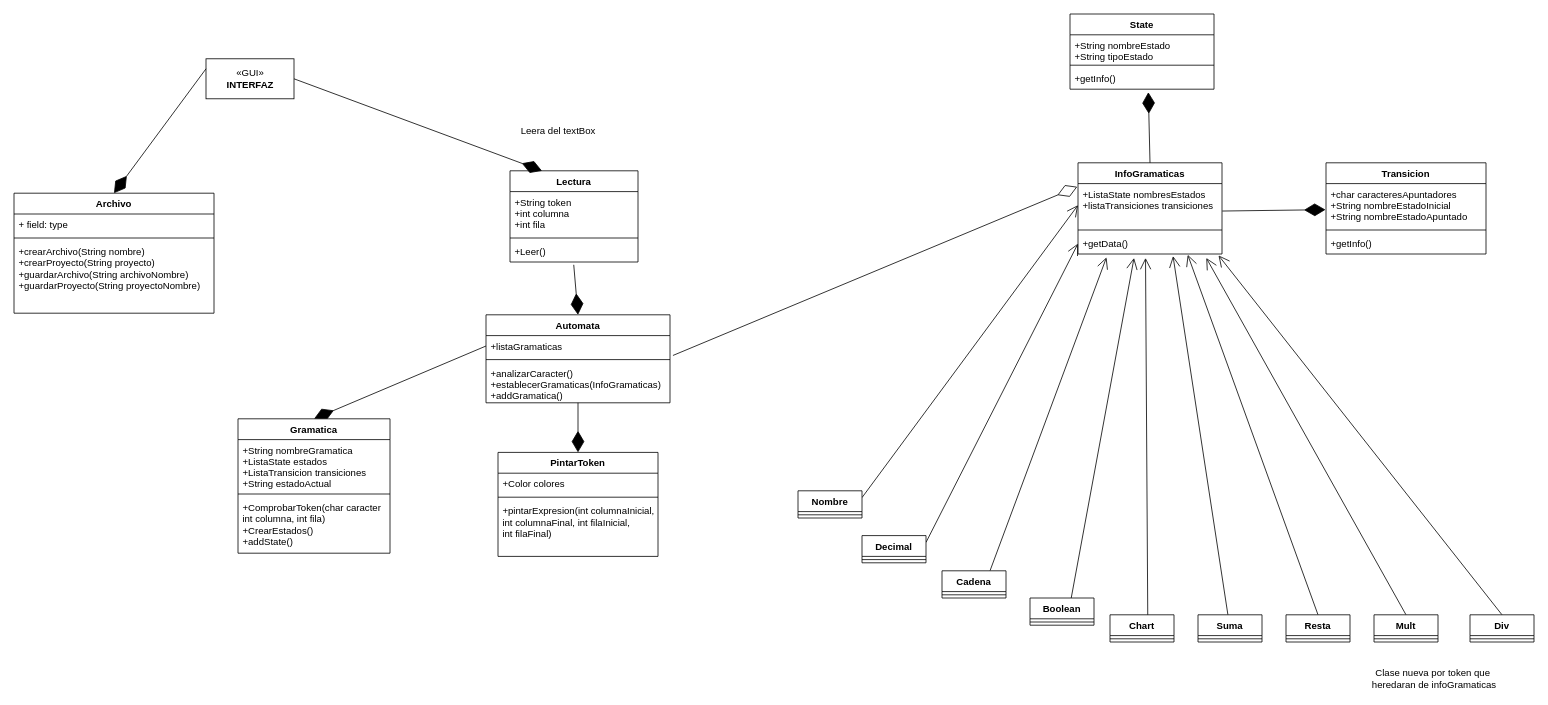
Earlier version of the draw.io diagram Diagrama_de_Clases.drawio (Camran1234/Projecto1_Lenguajes_Analizador_Lexico). Source tidied: cells renumbered, new cells numbered last; positions are measured from the earlier drawing's top-left corner, leaving out a move shared by most shapes. Both pictures are drawn from the tidied source at 80%, with x=0, y=0 at pixel (14, 14).
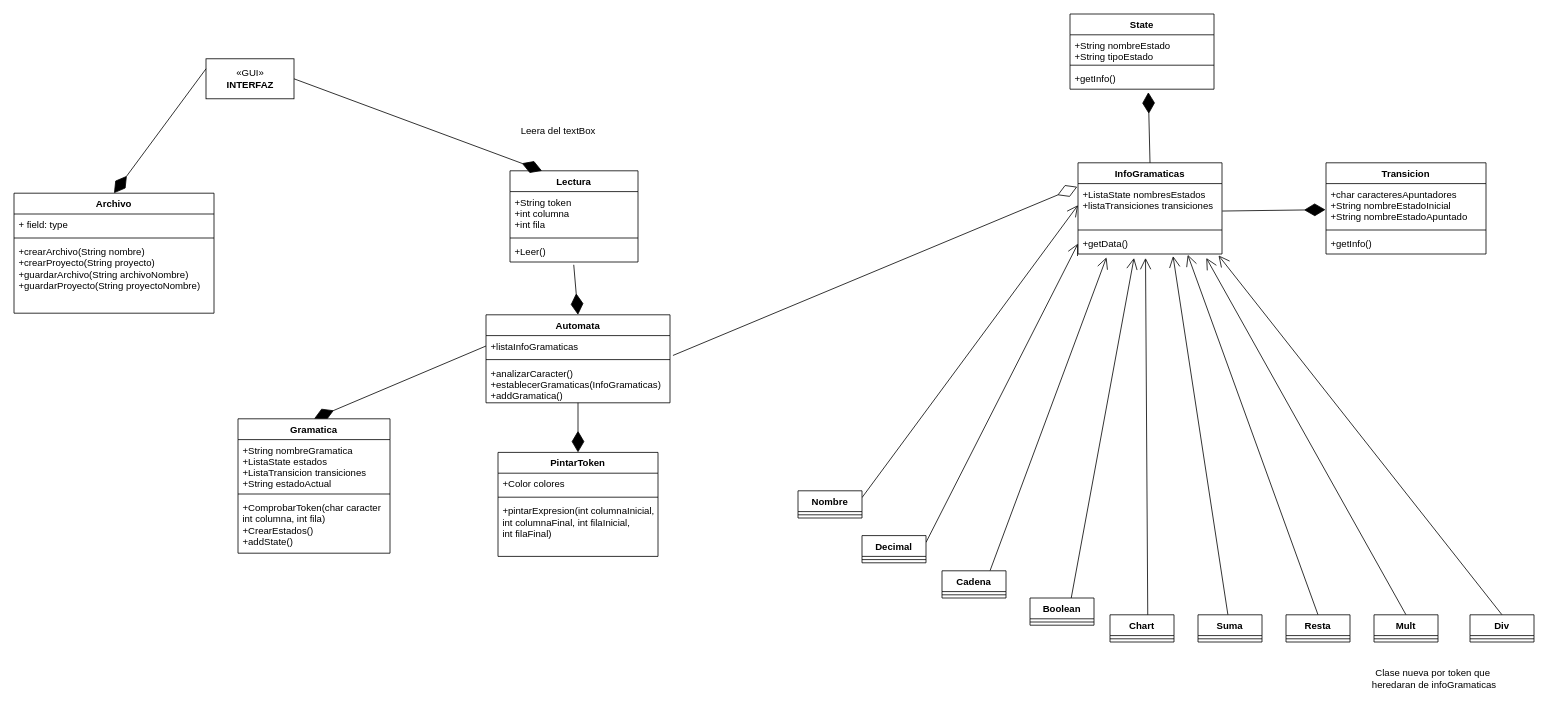
The same page after the edit.

Unchanged cells that the change refers to:
```xml
<mxCell id="3" value="Automata" style="swimlane;fontStyle=1;align=center;verticalAlign=top;horizontal=1;startSize=26;" parent="1" vertex="1">
  <mxGeometry x="590" y="376" width="230" height="110" as="geometry" />
</mxCell>
```

What changed in the source:
```diff
@@
-    <mxCell id="4" value="+listaGramaticas" style="text;strokeColor=none;fillColor=none;align=left;verticalAlign=top;spacingLeft=4;spacingRight=4;overflow=hidden;points=[[0,0.5],[1,0.5]];portConstraint=eastwest;" parent="3" vertex="1">
+    <mxCell id="4" value="+listaInfoGramaticas" style="text;strokeColor=none;fillColor=none;align=left;verticalAlign=top;spacingLeft=4;spacingRight=4;overflow=hidden;points=[[0,0.5],[1,0.5]];portConstraint=eastwest;" parent="3" vertex="1">
       <mxGeometry y="26" width="230" height="26" as="geometry" />
     </mxCell>
```
